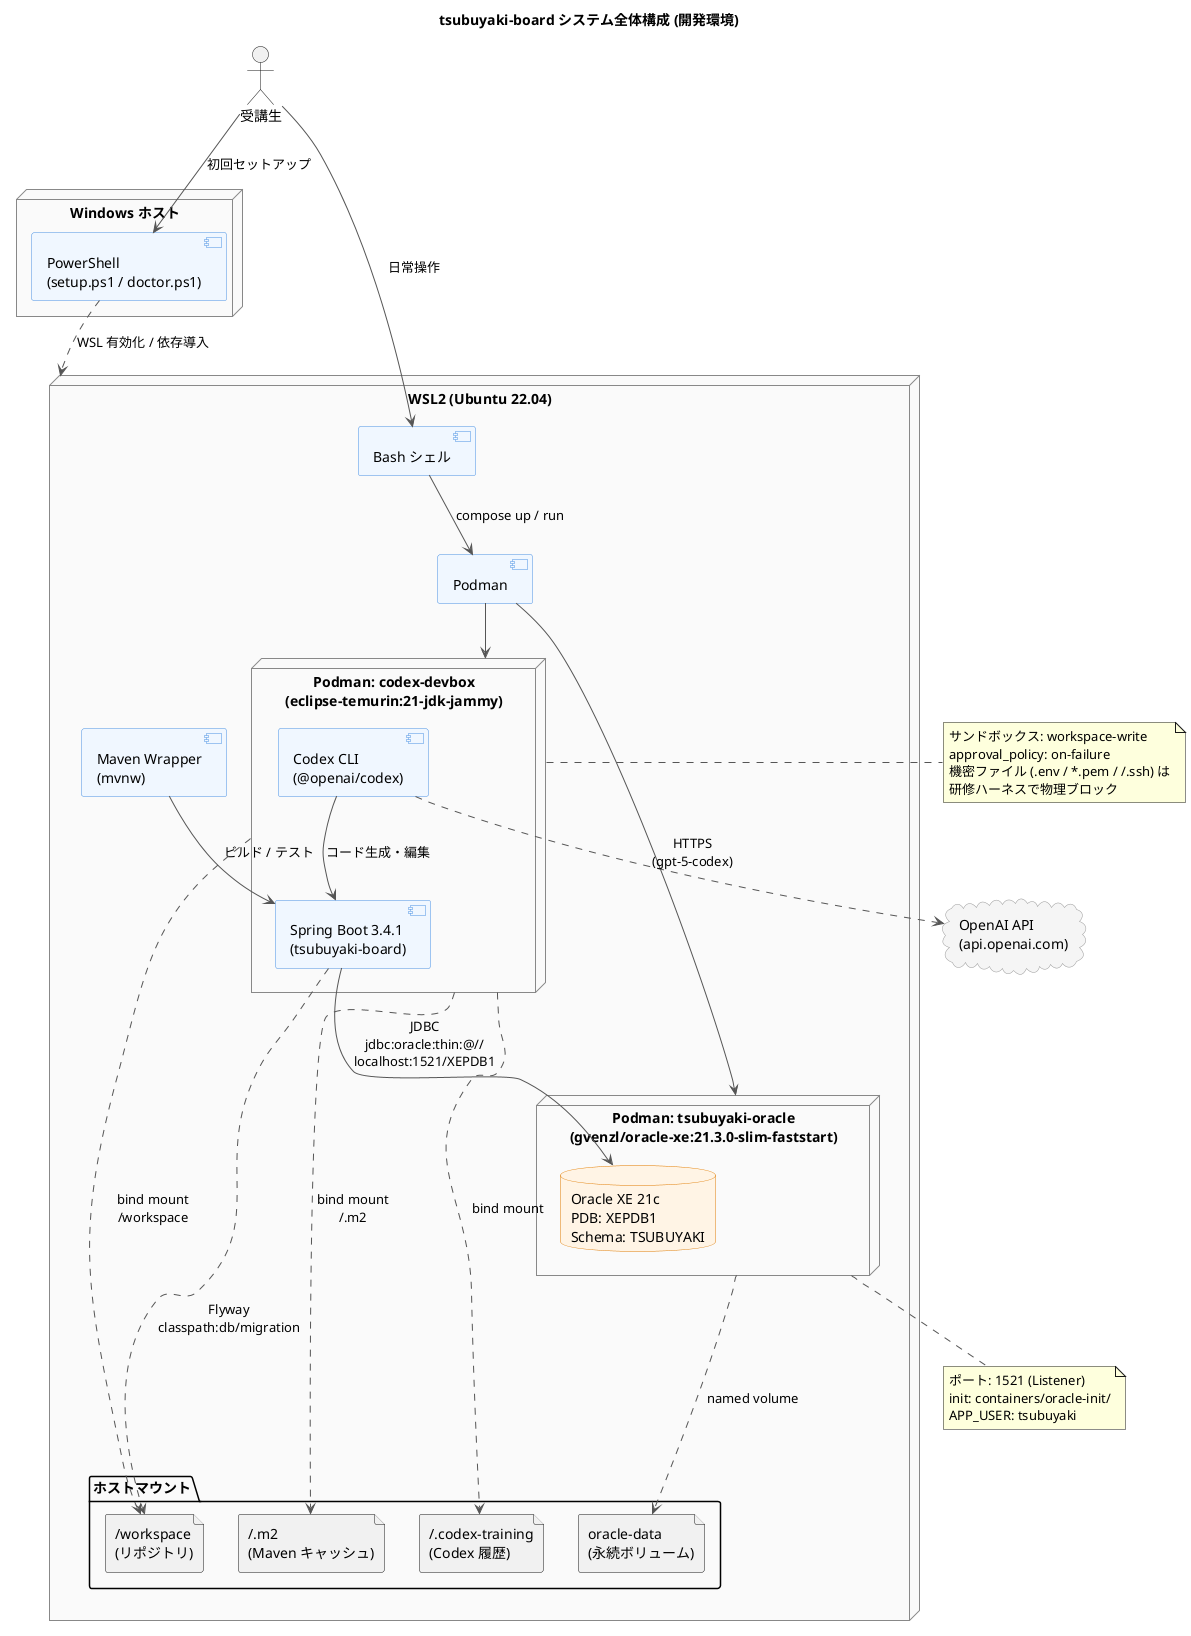
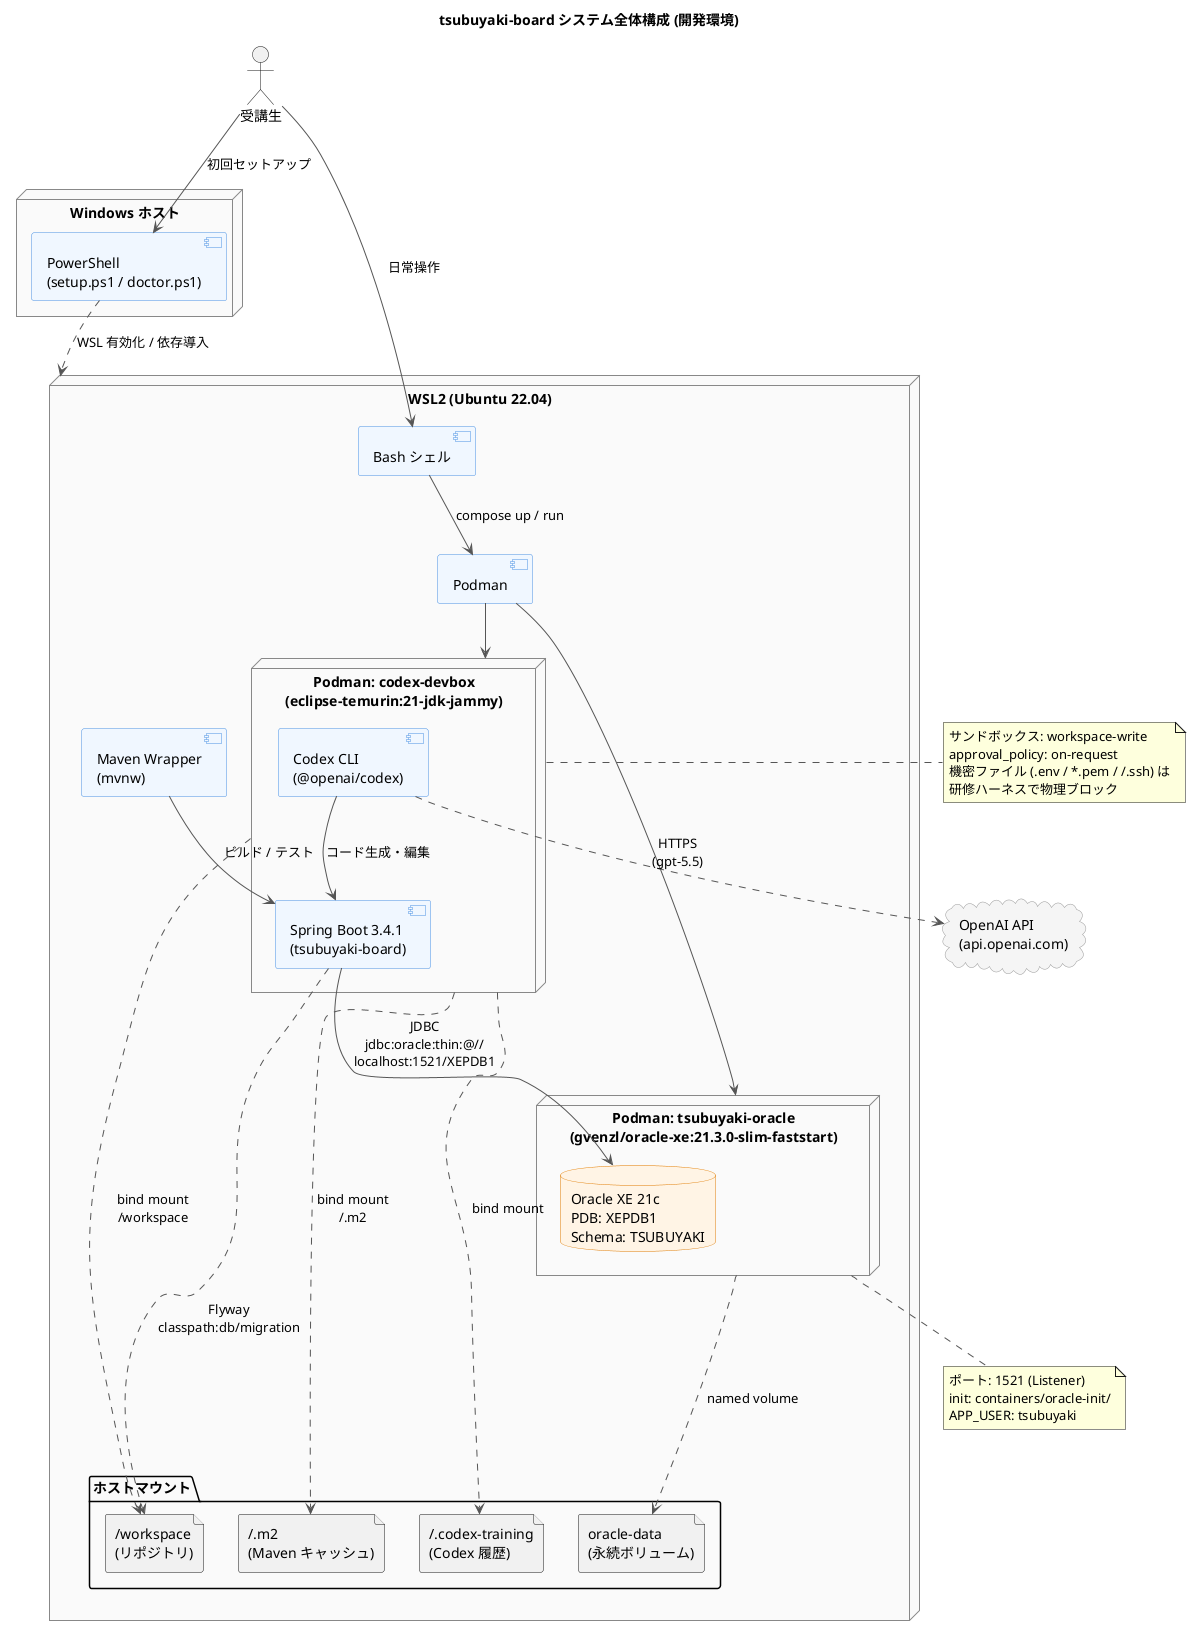
@startuml system-overview
title tsubuyaki-board システム全体構成 (開発環境)

skinparam shadowing false
skinparam defaultFontName "Yu Gothic UI"
skinparam ArrowColor #555555
skinparam node {
  BackgroundColor #FAFAFA
  BorderColor #888888
}
skinparam component {
  BackgroundColor #F0F7FF
  BorderColor #4A90E2
}
skinparam database {
  BackgroundColor #FFF4E5
  BorderColor #E07B00
}
skinparam cloud {
  BackgroundColor #F5F5F5
  BorderColor #999999
}

actor "受講生" as user

cloud "OpenAI API\n(api.openai.com)" as openai

node "Windows ホスト" as winhost {
  component "PowerShell\n(setup.ps1 / doctor.ps1)" as ps
}

node "WSL2 (Ubuntu 22.04)" as wsl {
  component "Bash シェル" as bash
  component "Maven Wrapper\n(mvnw)" as mvn
  component "Podman" as podman

  node "Podman: tsubuyaki-oracle\n(gvenzl/oracle-xe:21.3.0-slim-faststart)" as oracleCt {
    database "Oracle XE 21c\nPDB: XEPDB1\nSchema: TSUBUYAKI" as oracle
  }

  node "Podman: codex-devbox\n(eclipse-temurin:21-jdk-jammy)" as codexCt {
    component "Codex CLI\n(@openai/codex)" as codex
    component "Spring Boot 3.4.1\n(tsubuyaki-board)" as spring
  }

  folder "ホストマウント" as mounts {
    file "/workspace\n(リポジトリ)" as repo
    file "~/.m2\n(Maven キャッシュ)" as m2
    file "~/.codex-training\n(Codex 履歴)" as codexHome
    file "oracle-data\n(永続ボリューム)" as oradata
  }
}

user --> ps : 初回セットアップ
user --> bash : 日常操作
ps ..> wsl : WSL 有効化 / 依存導入
bash --> podman : compose up / run
podman --> oracleCt
podman --> codexCt

codex --> spring : コード生成・編集
- codex ..> openai : HTTPS\n(gpt-5-codex)
+ codex ..> openai : HTTPS\n(gpt-5.5)
mvn --> spring : ビルド / テスト
spring --> oracle : JDBC\njdbc:oracle:thin:@//\nlocalhost:1521/XEPDB1
spring ..> repo : Flyway\nclasspath:db/migration

codexCt -.-> repo : bind mount\n/workspace
codexCt -.-> m2 : bind mount\n~/.m2
codexCt -.-> codexHome : bind mount
oracleCt -.-> oradata : named volume

note right of codexCt
  サンドボックス: workspace-write
-   approval_policy: on-failure
+   approval_policy: on-request
  機密ファイル (.env / *.pem / ~/.ssh) は
  研修ハーネスで物理ブロック
end note

note bottom of oracleCt
  ポート: 1521 (Listener)
  init: containers/oracle-init/
  APP_USER: tsubuyaki
end note

@enduml
